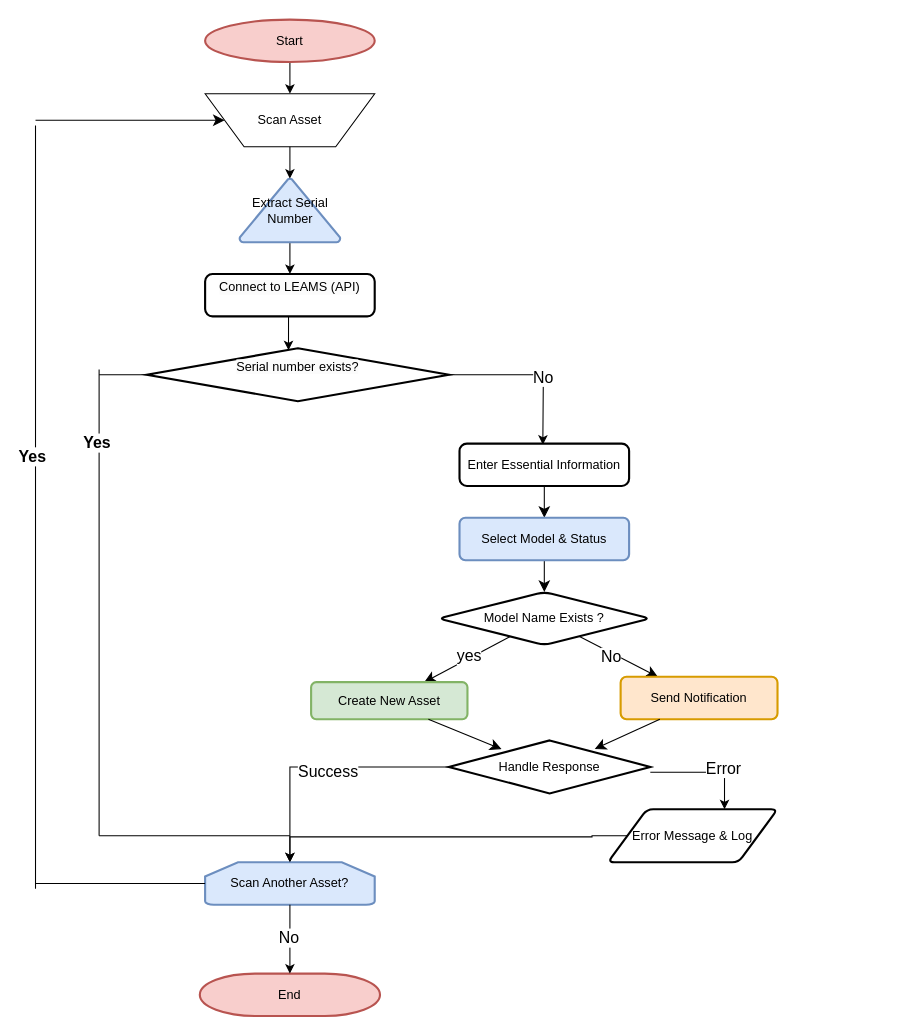
Before: page "Page-1" (1 of 3) of test.drawio in Imanetoumouh/decentralized-app, a draw.io diagram. Source tidied: cells renumbered, new cells numbered last; positions are measured from the earlier drawing's top-left corner, leaving out a move shared by most shapes. Both pictures are drawn from the tidied source at 106%, with x=0, y=0 at pixel (35, 19).
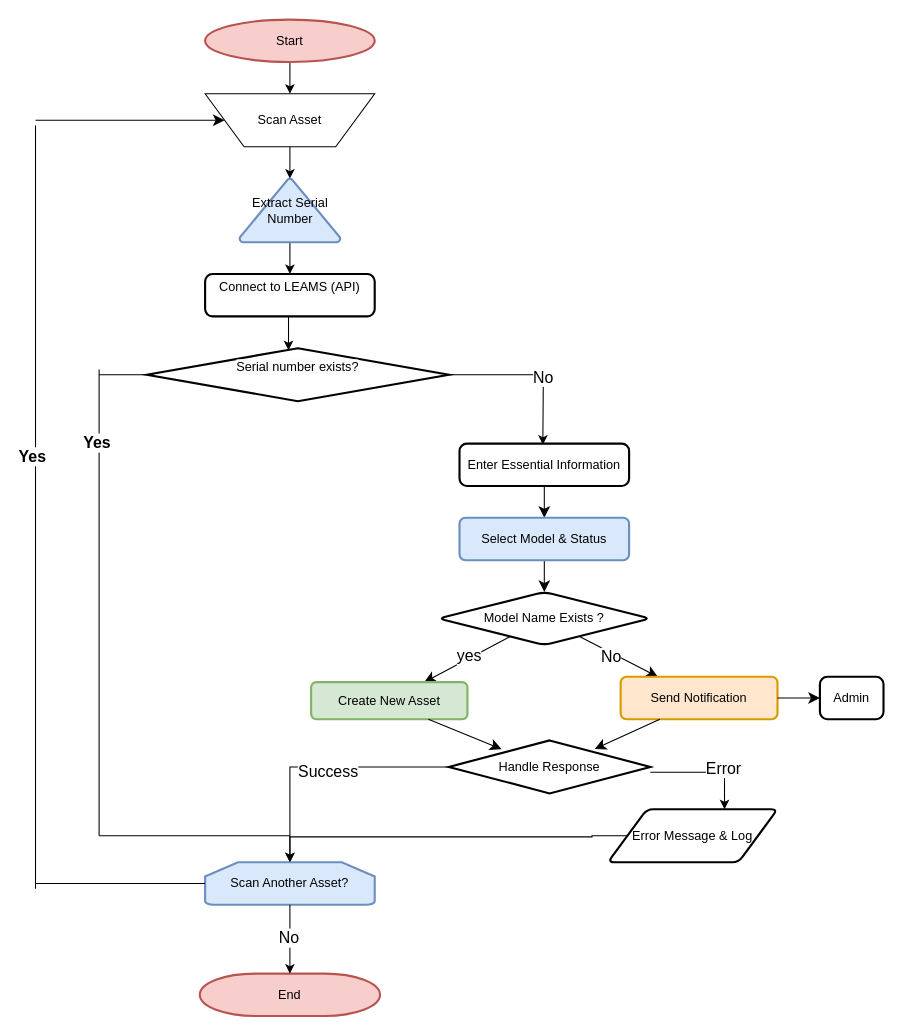
The same page after the edit.

Commit message:
Mettre à jour test.drawio

The change refers to these unchanged cells:
```xml
<mxCell id="33" value="Send Notification" style="whiteSpace=wrap;html=1;rounded=1;arcSize=14;strokeWidth=2;fillColor=#ffe6cc;strokeColor=#d79b00;" parent="1" vertex="1">
  <mxGeometry x="552" y="620" width="148" height="40" as="geometry" />
</mxCell>
```

Diff of the diagram source:
```diff
@@
+    <mxCell id="45" style="endArrow=classic;html=1;rounded=0;fontSize=12;startSize=8;endSize=8;curved=1;exitX=1;exitY=0.5;exitDx=0;exitDy=0;" parent="1" edge="1" source="33">
+      <mxGeometry relative="1" as="geometry">
+        <mxPoint x="740" y="640" as="targetPoint" />
+      </mxGeometry>
+    </mxCell>
+    <mxCell id="46" value="Admin" style="rounded=1;whiteSpace=wrap;html=1;absoluteArcSize=1;arcSize=14;strokeWidth=2;" parent="1" vertex="1">
+      <mxGeometry x="740" y="620" width="60" height="40" as="geometry" />
+    </mxCell>
```
